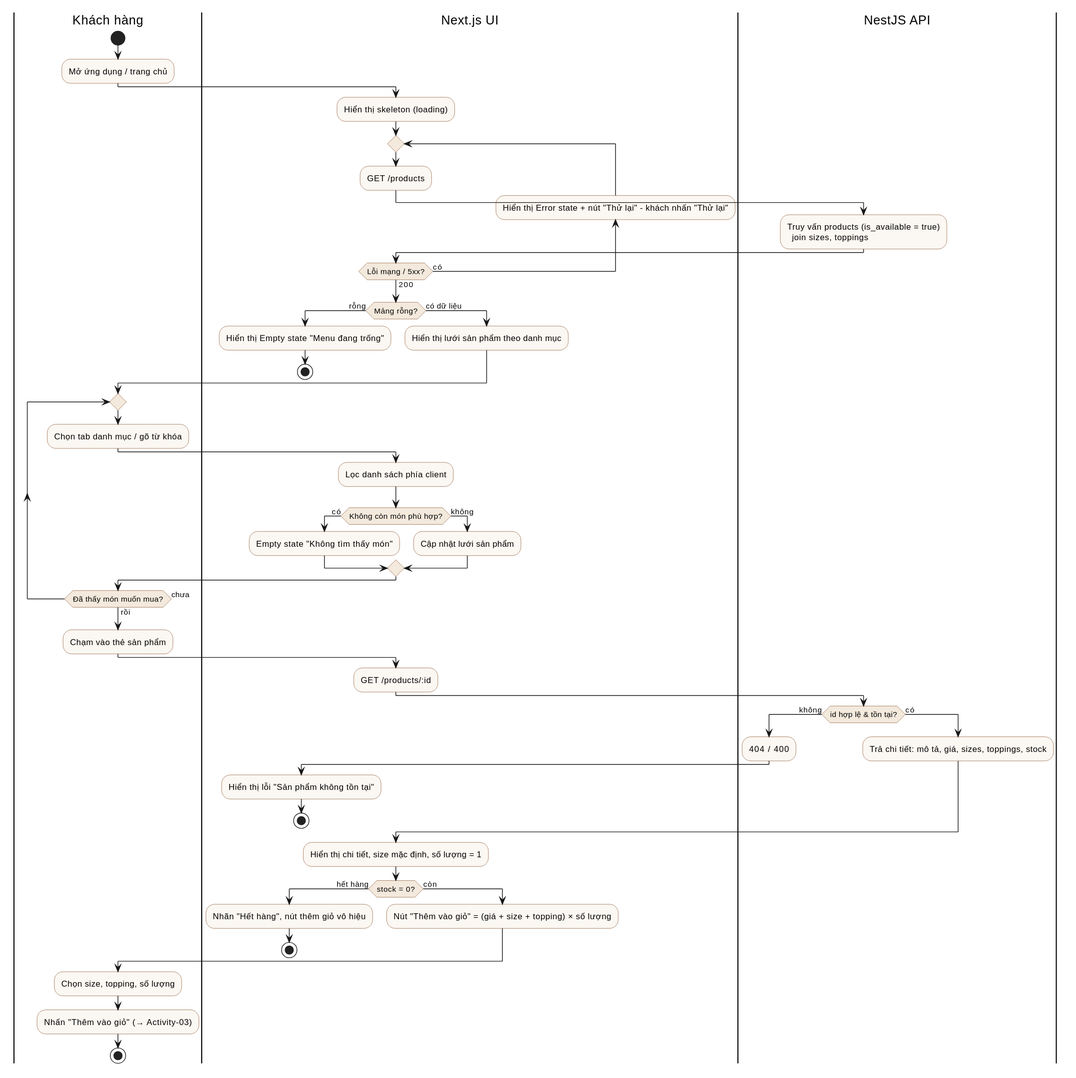
Above: docs/diagrams/activity-menu.svg in LHTCoder/brewlite (PlantUML), before the change. The source it was exported from:
```plantuml
@startuml
skinparam ActivityBackgroundColor #FBF7F2
skinparam ActivityBorderColor #8A5733
skinparam ActivityDiamondBackgroundColor #F3E9DC
|Khách hàng|
start
:Mở ứng dụng / trang chủ;
|Next.js UI|
:Hiển thị skeleton (loading);
repeat
  :GET /products;
  |NestJS API|
  :Truy vấn products (is_available = true)
    join sizes, toppings;
  |Next.js UI|
backward :Hiển thị Error state + nút "Thử lại" - khách nhấn "Thử lại";
repeat while (Lỗi mạng / 5xx?) is (có) not (200)
if (Mảng rỗng?) then (rỗng)
  :Hiển thị Empty state "Menu đang trống";
  stop
else (có dữ liệu)
  :Hiển thị lưới sản phẩm theo danh mục;
endif
|Khách hàng|
repeat
  :Chọn tab danh mục / gõ từ khóa;
  |Next.js UI|
  :Lọc danh sách phía client;
  if (Không còn món phù hợp?) then (có)
    :Empty state "Không tìm thấy món";
  else (không)
    :Cập nhật lưới sản phẩm;
  endif
  |Khách hàng|
repeat while (Đã thấy món muốn mua?) is (chưa) not (rồi)
:Chạm vào thẻ sản phẩm;
|Next.js UI|
:GET /products/:id;
|NestJS API|
if (id hợp lệ & tồn tại?) then (không)
  :404 / 400;
  |Next.js UI|
  :Hiển thị lỗi "Sản phẩm không tồn tại";
  stop
else (có)
  |NestJS API|
  :Trả chi tiết: mô tả, giá, sizes, toppings, stock;
endif
|Next.js UI|
:Hiển thị chi tiết, size mặc định, số lượng = 1;
if (stock = 0?) then (hết hàng)
  :Nhãn "Hết hàng", nút thêm giỏ vô hiệu;
  stop
else (còn)
  :Nút "Thêm vào giỏ" = (giá + size + topping) × số lượng;
endif
|Khách hàng|
:Chọn size, topping, số lượng;
:Nhấn "Thêm vào giỏ" (→ Activity-03);
stop
@enduml
```
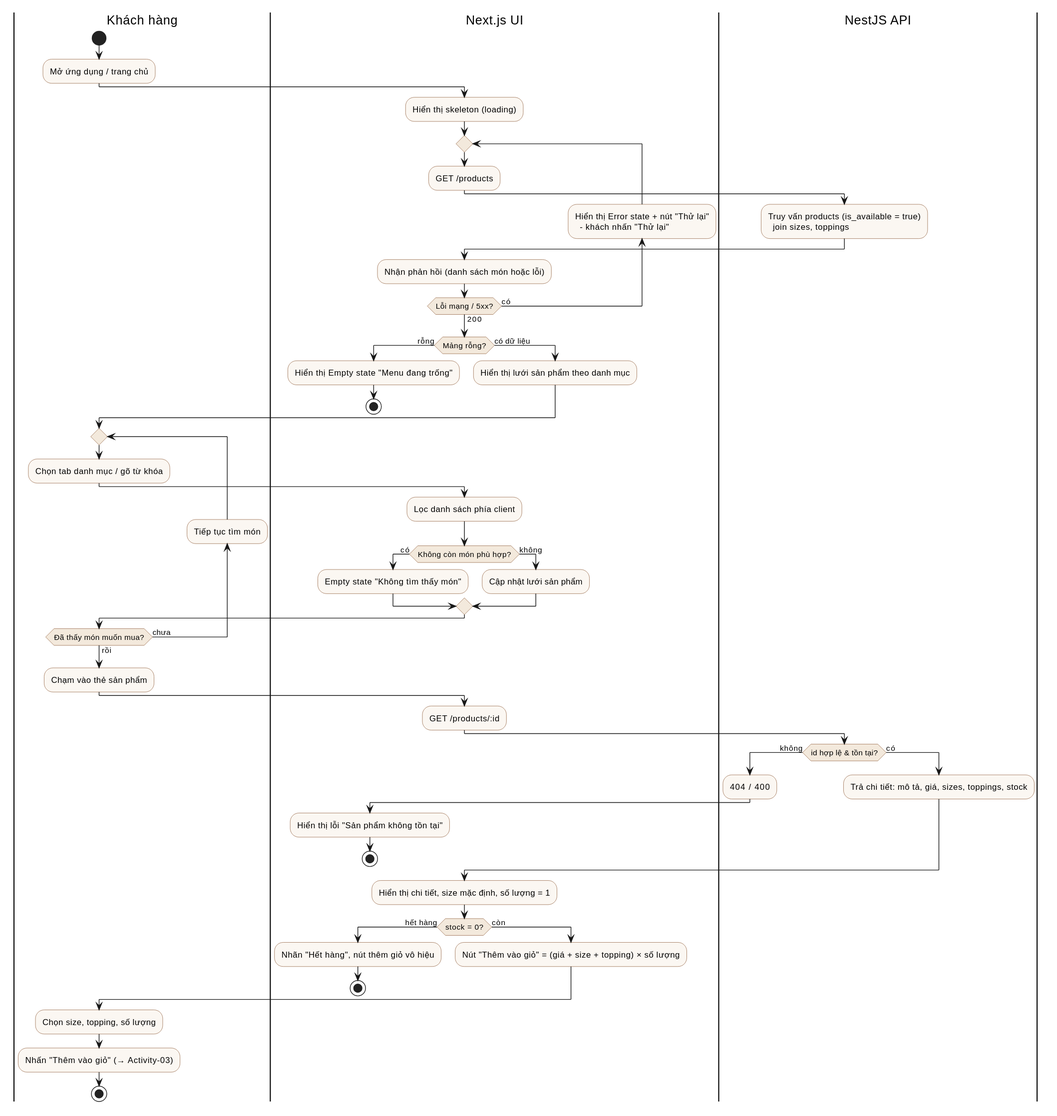
Later version of the same file.

Commit message:
docs: sơ đồ activity không còn đường nối đè lên ô

Change to the diagram source:
```diff
@@ -13,7 +13,9 @@
   :Truy vấn products (is_available = true)
     join sizes, toppings;
   |Next.js UI|
-backward :Hiển thị Error state + nút "Thử lại" - khách nhấn "Thử lại";
+  :Nhận phản hồi (danh sách món hoặc lỗi);
+backward :Hiển thị Error state + nút "Thử lại"
+  - khách nhấn "Thử lại";
 repeat while (Lỗi mạng / 5xx?) is (có) not (200)
 if (Mảng rỗng?) then (rỗng)
   :Hiển thị Empty state "Menu đang trống";
@@ -32,6 +34,7 @@
     :Cập nhật lưới sản phẩm;
   endif
   |Khách hàng|
+backward :Tiếp tục tìm món;
 repeat while (Đã thấy món muốn mua?) is (chưa) not (rồi)
 :Chạm vào thẻ sản phẩm;
 |Next.js UI|
```
